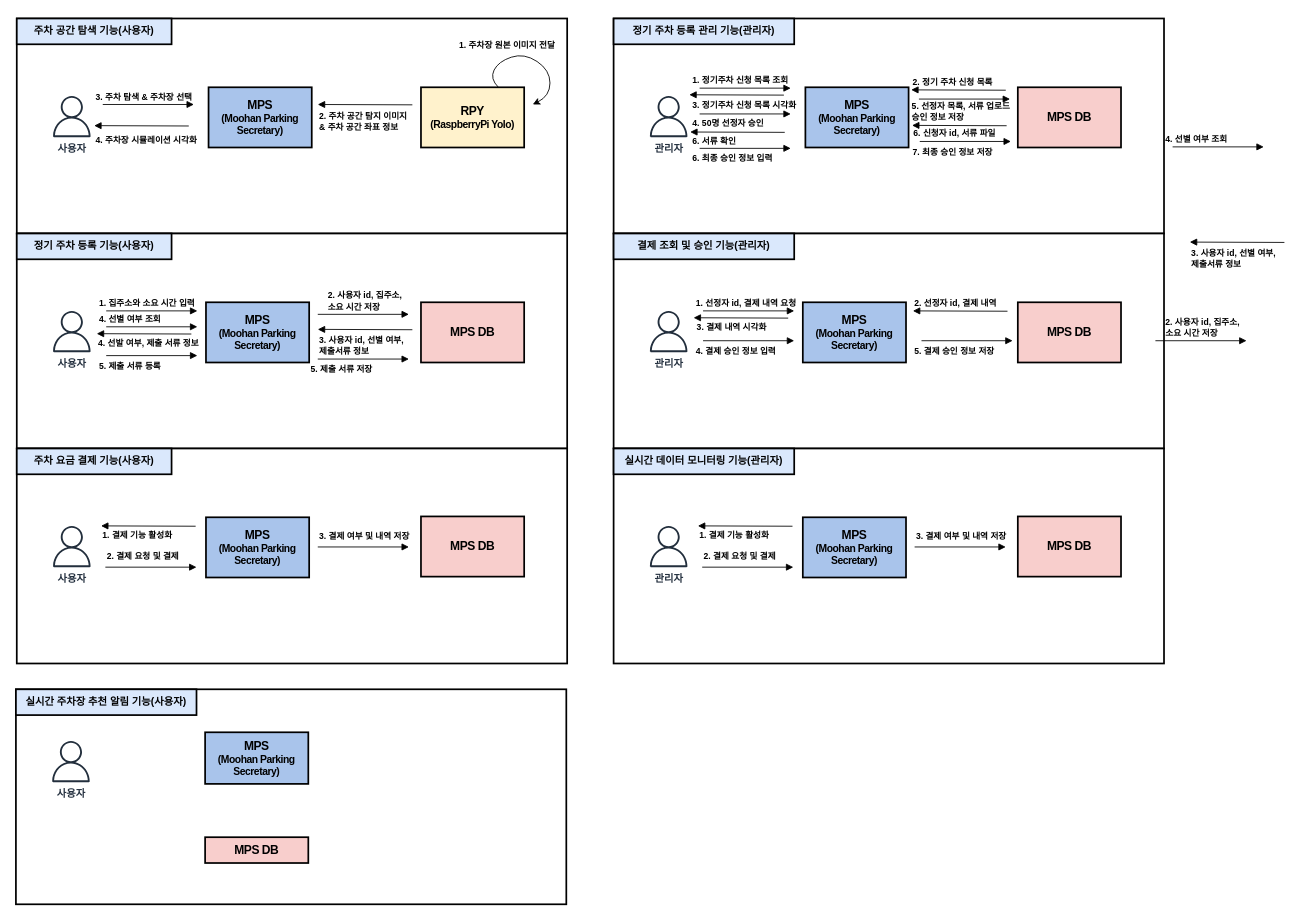
Earlier version of the draw.io diagram page "유스케이스-1" (2 of 2) of 제목 없는 다이어그램.drawio (hyun10144/Lecture3-1). Source tidied: cells renumbered, new cells numbered last; positions are measured from the earlier drawing's top-left corner, leaving out a move shared by most shapes. Both pictures are drawn from the tidied source at 86%, with x=0, y=0 at pixel (15, 18).
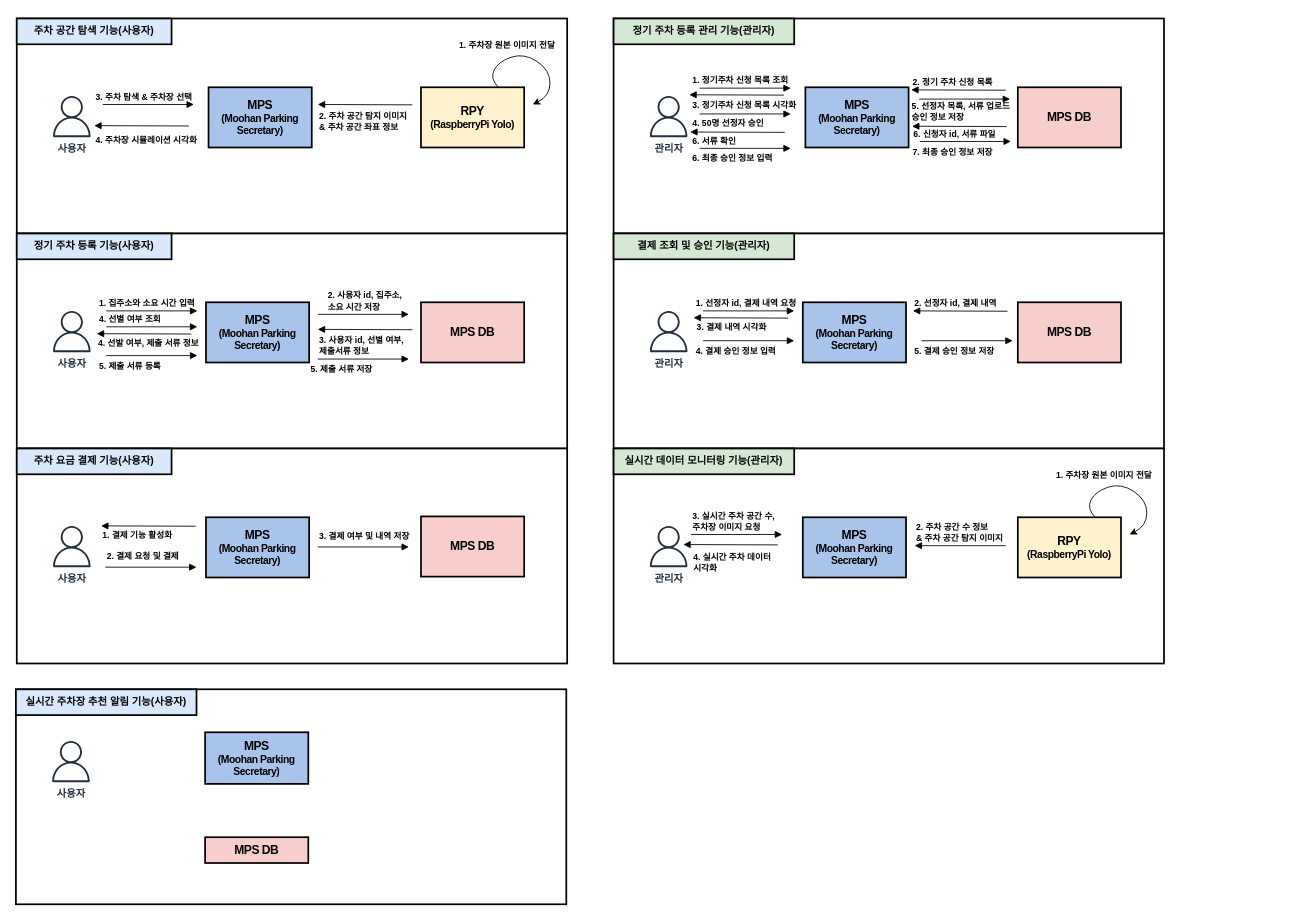
The same page after the edit.

Commit message:
제목 없는 다이어그램.drawio 업데이트

The edit, as a diff of the source:
```diff
@@
-    <mxCell id="38" value="&lt;p class=&quot;0&quot;&gt;&lt;span style=&quot;font-family: &amp;quot;맑은 고딕&amp;quot;;&quot;&gt;&lt;font style=&quot;font-size: 12px;&quot;&gt;&lt;b&gt;정기 주차 등록 관리 기능(관리자)&lt;/b&gt;&lt;/font&gt;&lt;/span&gt;&lt;/p&gt;&lt;div class=&quot;hwp_editor_board_content&quot; id=&quot;hwpEditorBoardContent&quot;&gt;&lt;/div&gt;" style="rounded=0;whiteSpace=wrap;html=1;strokeWidth=2;fillColor=#dae8fc;strokeColor=#000000;" parent="1" vertex="1">
+    <mxCell id="38" value="&lt;p class=&quot;0&quot;&gt;&lt;span style=&quot;font-family: &amp;quot;맑은 고딕&amp;quot;;&quot;&gt;&lt;font style=&quot;font-size: 12px;&quot;&gt;&lt;b&gt;정기 주차 등록 관리 기능(관리자)&lt;/b&gt;&lt;/font&gt;&lt;/span&gt;&lt;/p&gt;&lt;div class=&quot;hwp_editor_board_content&quot; id=&quot;hwpEditorBoardContent&quot;&gt;&lt;/div&gt;" style="rounded=0;whiteSpace=wrap;html=1;strokeWidth=2;fillColor=#d5e8d4;strokeColor=#000000;" parent="1" vertex="1">
       <mxGeometry x="695" width="210" height="30" as="geometry" />
     </mxCell>
@@
-    <mxCell id="41" value="&lt;p class=&quot;0&quot;&gt;&lt;span style=&quot;font-family: &amp;quot;맑은 고딕&amp;quot;;&quot;&gt;&lt;font style=&quot;font-size: 12px;&quot;&gt;&lt;b&gt;결제 조회 및 승인 기능(관리자)&lt;/b&gt;&lt;/font&gt;&lt;/span&gt;&lt;/p&gt;&lt;div class=&quot;hwp_editor_board_content&quot; id=&quot;hwpEditorBoardContent&quot;&gt;&lt;/div&gt;" style="rounded=0;whiteSpace=wrap;html=1;strokeWidth=2;fillColor=#dae8fc;strokeColor=#000000;" parent="1" vertex="1">
+    <mxCell id="41" value="&lt;p class=&quot;0&quot;&gt;&lt;span style=&quot;font-family: &amp;quot;맑은 고딕&amp;quot;;&quot;&gt;&lt;font style=&quot;font-size: 12px;&quot;&gt;&lt;b&gt;결제 조회 및 승인 기능(관리자)&lt;/b&gt;&lt;/font&gt;&lt;/span&gt;&lt;/p&gt;&lt;div class=&quot;hwp_editor_board_content&quot; id=&quot;hwpEditorBoardContent&quot;&gt;&lt;/div&gt;" style="rounded=0;whiteSpace=wrap;html=1;strokeWidth=2;fillColor=#d5e8d4;strokeColor=#000000;" parent="1" vertex="1">
       <mxGeometry x="695" y="250" width="210" height="30" as="geometry" />
     </mxCell>
@@
-    <mxCell id="44" value="&lt;p class=&quot;0&quot;&gt;&lt;span style=&quot;font-family: &amp;quot;맑은 고딕&amp;quot;;&quot;&gt;&lt;font style=&quot;font-size: 12px;&quot;&gt;&lt;b&gt;실시간 데이터 모니터링 기능(관리자)&lt;/b&gt;&lt;/font&gt;&lt;/span&gt;&lt;/p&gt;&lt;div class=&quot;hwp_editor_board_content&quot; id=&quot;hwpEditorBoardContent&quot;&gt;&lt;/div&gt;" style="rounded=0;whiteSpace=wrap;html=1;strokeWidth=2;fillColor=#dae8fc;strokeColor=#000000;" parent="1" vertex="1">
+    <mxCell id="44" value="&lt;p class=&quot;0&quot;&gt;&lt;span style=&quot;font-family: &amp;quot;맑은 고딕&amp;quot;;&quot;&gt;&lt;font style=&quot;font-size: 12px;&quot;&gt;&lt;b&gt;실시간 데이터 모니터링 기능(관리자)&lt;/b&gt;&lt;/font&gt;&lt;/span&gt;&lt;/p&gt;&lt;div class=&quot;hwp_editor_board_content&quot; id=&quot;hwpEditorBoardContent&quot;&gt;&lt;/div&gt;" style="rounded=0;whiteSpace=wrap;html=1;strokeWidth=2;fillColor=#d5e8d4;strokeColor=#000000;" parent="1" vertex="1">
       <mxGeometry x="695" y="500" width="210" height="30" as="geometry" />
     </mxCell>
@@
-    <mxCell id="54" value="&lt;span style=&quot;font-size: 10px;&quot;&gt;&lt;b&gt;4. 선별 여부 조회&lt;/b&gt;&lt;/span&gt;" style="html=1;verticalAlign=bottom;labelBackgroundColor=none;endArrow=block;endFill=1;endSize=6;align=left;rounded=0;" parent="1" edge="1">
-      <mxGeometry x="-1" y="-10" relative="1" as="geometry">
-        <mxPoint x="1345" y="149.3" as="sourcePoint" />
-        <mxPoint x="1451" y="149.3" as="targetPoint" />
-        <mxPoint x="-10" y="-10" as="offset" />
-      </mxGeometry>
-    </mxCell>
-    <mxCell id="55" value="&lt;b&gt;&lt;font style=&quot;font-size: 10px;&quot;&gt;2. 사용자 id, 집주소, &lt;br&gt;소요 시간 저장&lt;/font&gt;&lt;/b&gt;" style="html=1;verticalAlign=bottom;labelBackgroundColor=none;endArrow=block;endFill=1;endSize=6;align=left;rounded=0;" parent="1" edge="1">
-      <mxGeometry x="-0.81" relative="1" as="geometry">
-        <mxPoint x="1325" y="374.7" as="sourcePoint" />
-        <mxPoint x="1431" y="374.7" as="targetPoint" />
-      </mxGeometry>
-    </mxCell>
-    <mxCell id="56" value="&lt;div&gt;&lt;font style=&quot;font-size: 10px;&quot;&gt;&lt;b&gt;3. 사용자 id, 선별 여부,&amp;nbsp; &lt;br&gt;제출서류 정보&lt;/b&gt;&lt;/font&gt;&lt;/div&gt;" style="html=1;verticalAlign=bottom;labelBackgroundColor=none;endArrow=none;endFill=0;endSize=6;align=left;rounded=0;startArrow=block;startFill=1;" parent="1" edge="1">
-      <mxGeometry x="-1" y="-35" relative="1" as="geometry">
-        <mxPoint x="1365" y="260" as="sourcePoint" />
-        <mxPoint x="1475" y="260.4" as="targetPoint" />
-      </mxGeometry>
-    </mxCell>
@@
-    <mxCell id="59" value="&lt;p style=&quot;mso-pagination:none;text-autospace:none;mso-padding-alt:0pt 0pt 0pt 0pt;&quot; class=&quot;0&quot;&gt;&lt;b&gt;&lt;span style=&quot;font-family: &amp;quot;맑은 고딕&amp;quot;; letter-spacing: -0.4pt;&quot; lang=&quot;EN-US&quot;&gt;&lt;span style=&quot;font-size: 14px;&quot;&gt;MPS DB&lt;/span&gt;&lt;/span&gt;&lt;br&gt;&lt;/b&gt;&lt;/p&gt;&lt;div class=&quot;hwp_editor_board_content&quot; id=&quot;hwpEditorBoardContent&quot;&gt;&lt;/div&gt;" style="rounded=0;whiteSpace=wrap;html=1;strokeWidth=2;fillColor=#f8cecc;strokeColor=#000000;" parent="1" vertex="1">
-      <mxGeometry x="1165" y="579" width="120" height="70" as="geometry" />
-    </mxCell>
-    <mxCell id="60" value="&lt;b&gt;&lt;font style=&quot;font-size: 10px;&quot;&gt;2. 결제 요청 및 결제&lt;/font&gt;&lt;/b&gt;" style="html=1;verticalAlign=bottom;labelBackgroundColor=none;endArrow=block;endFill=1;endSize=6;align=left;rounded=0;" parent="1" edge="1">
-      <mxGeometry x="-1" y="5" relative="1" as="geometry">
-        <mxPoint x="798" y="638" as="sourcePoint" />
-        <mxPoint x="904" y="638" as="targetPoint" />
-        <mxPoint y="1" as="offset" />
-      </mxGeometry>
-    </mxCell>
-    <mxCell id="61" value="&lt;div&gt;&lt;span style=&quot;font-size: 10px;&quot;&gt;&lt;b&gt;1. 결제 기능 활성화&lt;/b&gt;&lt;/span&gt;&lt;/div&gt;" style="html=1;verticalAlign=bottom;labelBackgroundColor=none;endArrow=none;endFill=0;endSize=6;align=left;rounded=0;startArrow=block;startFill=1;" parent="1" edge="1">
-      <mxGeometry x="-1" y="-20" relative="1" as="geometry">
-        <mxPoint x="793" y="590" as="sourcePoint" />
-        <mxPoint x="903" y="590.4" as="targetPoint" />
-      </mxGeometry>
-    </mxCell>
-    <mxCell id="62" value="&lt;b&gt;&lt;font style=&quot;font-size: 10px;&quot;&gt;3. 결제 여부 및 내역 저장&lt;/font&gt;&lt;/b&gt;" style="html=1;verticalAlign=bottom;labelBackgroundColor=none;endArrow=block;endFill=1;endSize=6;align=left;rounded=0;" parent="1" edge="1">
-      <mxGeometry x="-1" y="5" relative="1" as="geometry">
-        <mxPoint x="1045" y="614.5" as="sourcePoint" />
-        <mxPoint x="1151" y="614.5" as="targetPoint" />
-        <mxPoint y="1" as="offset" />
-      </mxGeometry>
-    </mxCell>
@@
     <mxCell id="68" value="&lt;span style=&quot;font-size: 10px;&quot;&gt;&lt;b&gt;6. 신청자 id, 서류 파일&lt;/b&gt;&lt;/span&gt;" style="html=1;verticalAlign=bottom;labelBackgroundColor=none;endArrow=none;endFill=0;endSize=6;align=left;rounded=0;startArrow=block;startFill=1;" parent="1" edge="1">
       <mxGeometry x="-1" y="-18" relative="1" as="geometry">
-        <mxPoint x="1042" y="124.3" as="sourcePoint" />
-        <mxPoint x="1152" y="124.7" as="targetPoint" />
+        <mxPoint x="1042" y="125.3" as="sourcePoint" />
+        <mxPoint x="1152" y="125.7" as="targetPoint" />
       </mxGeometry>
     </mxCell>
@@
+    <mxCell id="72" value="&lt;b&gt;&lt;font style=&quot;font-size: 10px;&quot;&gt;3. 실시간 주차 공간 수, &lt;br&gt;주차장 이미지 요청&lt;/font&gt;&lt;/b&gt;" style="html=1;verticalAlign=bottom;labelBackgroundColor=none;endArrow=block;endFill=1;endSize=6;align=left;rounded=0;" parent="1" edge="1">
+      <mxGeometry x="-1" relative="1" as="geometry">
+        <mxPoint x="785" y="600" as="sourcePoint" />
+        <mxPoint x="891" y="600" as="targetPoint" />
+      </mxGeometry>
+    </mxCell>
+    <mxCell id="73" value="&lt;p style=&quot;mso-pagination:none;text-autospace:none;mso-padding-alt:0pt 0pt 0pt 0pt;&quot; class=&quot;0&quot;&gt;&lt;span style=&quot;font-family: &amp;quot;맑은 고딕&amp;quot;; letter-spacing: -0.4pt; background-color: initial;&quot;&gt;&lt;b&gt;&lt;font style=&quot;font-size: 14px;&quot;&gt;RPY&lt;/font&gt;&lt;br&gt;&lt;font style=&quot;font-size: 12px;&quot;&gt;(RaspberryPi Yolo)&lt;/font&gt;&lt;/b&gt;&lt;/span&gt;&lt;/p&gt;&lt;div class=&quot;hwp_editor_board_content&quot; id=&quot;hwpEditorBoardContent&quot;&gt;&lt;/div&gt;" style="rounded=0;whiteSpace=wrap;html=1;strokeWidth=2;fillColor=#fff2cc;strokeColor=#000000;" parent="1" vertex="1">
+      <mxGeometry x="1165" y="580" width="120" height="70" as="geometry" />
+    </mxCell>
+    <mxCell id="74" style="curved=1;endArrow=classic;html=1;rounded=0;" parent="1" edge="1">
+      <mxGeometry relative="1" as="geometry">
+        <mxPoint x="1255" y="580" as="sourcePoint" />
+        <mxPoint x="1295" y="600" as="targetPoint" />
+        <Array as="points">
+          <mxPoint x="1245" y="570" />
+          <mxPoint x="1255" y="550" />
+          <mxPoint x="1285" y="540" />
+          <mxPoint x="1315" y="560" />
+          <mxPoint x="1315" y="590" />
+        </Array>
+      </mxGeometry>
+    </mxCell>
+    <mxCell id="75" value="&lt;b&gt;&lt;font style=&quot;font-size: 10px;&quot;&gt;1. 주차장 원본 이미지 전달&lt;/font&gt;&lt;/b&gt;" style="edgeLabel;html=1;align=center;verticalAlign=middle;" parent="74" vertex="1">
+      <mxGeometry x="0.05" y="3" relative="1" as="geometry">
+        <mxPoint x="-34" y="-15" as="offset" />
+      </mxGeometry>
+    </mxCell>
+    <mxCell id="76" value="&lt;font style=&quot;font-size: 10px;&quot;&gt;&lt;b&gt;2.&amp;nbsp;&lt;/b&gt;&lt;b&gt;주차 공간 수 정보&amp;nbsp;&lt;/b&gt;&lt;/font&gt;&lt;div&gt;&lt;b style=&quot;font-size: 10px;&quot;&gt;&amp;amp;&amp;nbsp;&lt;/b&gt;&lt;b style=&quot;font-size: 10px; background-color: initial;&quot;&gt;주차 공간 탐지 이미지&amp;nbsp;&lt;/b&gt;&lt;/div&gt;" style="html=1;verticalAlign=bottom;labelBackgroundColor=none;endArrow=none;endFill=0;endSize=6;align=left;rounded=0;startArrow=block;startFill=1;" parent="1" edge="1">
+      <mxGeometry x="-1" relative="1" as="geometry">
+        <mxPoint x="1045" y="613" as="sourcePoint" />
+        <mxPoint x="1151" y="613" as="targetPoint" />
+      </mxGeometry>
+    </mxCell>
+    <mxCell id="77" value="&lt;span style=&quot;font-size: 10px;&quot;&gt;&lt;b&gt;4. 실시간 주차 데이터&amp;nbsp;&lt;/b&gt;&lt;/span&gt;&lt;div&gt;&lt;span style=&quot;font-size: 10px;&quot;&gt;&lt;b&gt;시각화&lt;/b&gt;&lt;/span&gt;&lt;/div&gt;" style="html=1;verticalAlign=bottom;labelBackgroundColor=none;endArrow=none;endFill=0;endSize=6;align=left;rounded=0;startArrow=block;startFill=1;" parent="1" edge="1">
+      <mxGeometry x="-0.82" y="-36" relative="1" as="geometry">
+        <mxPoint x="776" y="611.7" as="sourcePoint" />
+        <mxPoint x="886" y="612.1" as="targetPoint" />
+      </mxGeometry>
+    </mxCell>
```
